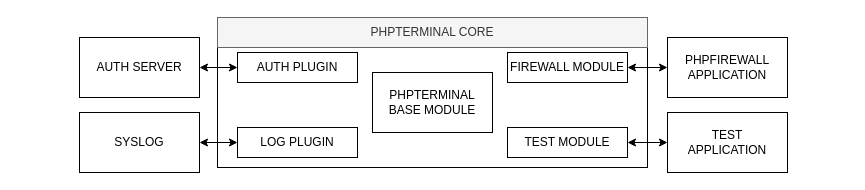
Earlier version of the draw.io diagram docs/drawings/phpterminal.drawio (PHPTerminal/PHPTerminal). Source tidied: cells renumbered, new cells numbered last; positions are measured from the earlier drawing's top-left corner, leaving out a move shared by most shapes. Both pictures are drawn from the tidied source at 100%, with x=0, y=0 at pixel (79, 17).
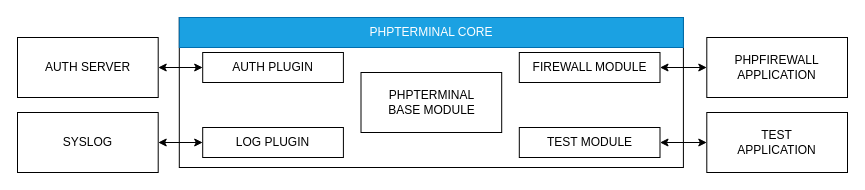
Above is the later version.

The edit, as a diff of the source:
```diff
@@
 <mxGraphModel>
   <root>
     <mxCell id="0" />
     <mxCell id="1" parent="0" />
+    <mxCell id="17" style="group;" parent="1" vertex="1">
+      <mxGeometry x="-62" width="830" height="155" as="geometry" />
+    </mxCell>
-    <mxCell id="2" style="rounded=0;whiteSpace=wrap;html=1;" parent="1" vertex="1">
-      <mxGeometry x="138" width="430" height="150" as="geometry" />
+    <mxCell id="2" style="rounded=0;whiteSpace=wrap;html=1;" parent="17" vertex="1">
+      <mxGeometry x="161.8" width="504.1" height="150" as="geometry" />
     </mxCell>
-    <mxCell id="3" value="PHPTERMINAL&lt;div&gt;BASE MODULE&lt;/div&gt;" style="rounded=0;whiteSpace=wrap;html=1;" parent="1" vertex="1">
-      <mxGeometry x="293" y="55" width="120" height="60" as="geometry" />
+    <mxCell id="3" value="PHPTERMINAL&lt;div&gt;BASE MODULE&lt;/div&gt;" style="rounded=0;whiteSpace=wrap;html=1;" parent="17" vertex="1">
+      <mxGeometry x="343.5" y="55" width="140.7" height="60" as="geometry" />
     </mxCell>
-    <mxCell id="4" style="edgeStyle=orthogonalEdgeStyle;rounded=0;jettySize=auto;html=1;startArrow=classic;startFill=1;" parent="1" edge="1" source="5" target="9">
+    <mxCell id="4" style="edgeStyle=orthogonalEdgeStyle;rounded=0;jettySize=auto;html=1;startArrow=classic;startFill=1;" parent="17" edge="1" source="5" target="9">
       <mxGeometry relative="1" as="geometry" />
     </mxCell>
-    <mxCell id="5" value="AUTH SERVER" style="rounded=0;whiteSpace=wrap;html=1;" parent="1" vertex="1">
-      <mxGeometry y="20" width="120" height="60" as="geometry" />
+    <mxCell id="5" value="AUTH SERVER" style="rounded=0;whiteSpace=wrap;html=1;" parent="17" vertex="1">
+      <mxGeometry y="20" width="140.7" height="60" as="geometry" />
     </mxCell>
-    <mxCell id="6" style="edgeStyle=orthogonalEdgeStyle;rounded=0;jettySize=auto;html=1;startArrow=classic;startFill=1;" parent="1" edge="1" source="7" target="10">
+    <mxCell id="6" style="edgeStyle=orthogonalEdgeStyle;rounded=0;jettySize=auto;html=1;startArrow=classic;startFill=1;" parent="17" edge="1" source="7" target="10">
       <mxGeometry relative="1" as="geometry" />
     </mxCell>
-    <mxCell id="7" value="PHPFIREWALL&lt;div&gt;APPLICATION&lt;/div&gt;" style="rounded=0;whiteSpace=wrap;html=1;" parent="1" vertex="1">
-      <mxGeometry x="588" y="20" width="120" height="60" as="geometry" />
+    <mxCell id="7" value="PHPFIREWALL&lt;div&gt;APPLICATION&lt;/div&gt;" style="rounded=0;whiteSpace=wrap;html=1;" parent="17" vertex="1">
+      <mxGeometry x="689.3" y="20" width="140.7" height="60" as="geometry" />
     </mxCell>
-    <mxCell id="8" value="PHPTERMINAL CORE" style="text;html=1;align=center;verticalAlign=middle;whiteSpace=wrap;rounded=0;fillColor=#f5f5f5;strokeColor=#666666;fontColor=#333333;" parent="1" vertex="1">
-      <mxGeometry x="138" width="430" height="30" as="geometry" />
+    <mxCell id="8" value="PHPTERMINAL CORE" style="text;html=1;align=center;verticalAlign=middle;whiteSpace=wrap;rounded=0;fillColor=#1ba1e2;strokeColor=#006EAF;fontColor=#ffffff;" parent="17" vertex="1">
+      <mxGeometry x="161.8" width="504.1" height="30" as="geometry" />
     </mxCell>
-    <mxCell id="9" value="AUTH PLUGIN" style="rounded=0;whiteSpace=wrap;html=1;" parent="1" vertex="1">
-      <mxGeometry x="158" y="35" width="120" height="30" as="geometry" />
+    <mxCell id="9" value="AUTH PLUGIN" style="rounded=0;whiteSpace=wrap;html=1;" parent="17" vertex="1">
+      <mxGeometry x="185.2" y="35" width="140.7" height="30" as="geometry" />
     </mxCell>
-    <mxCell id="10" value="FIREWALL MODULE" style="rounded=0;whiteSpace=wrap;html=1;" parent="1" vertex="1">
-      <mxGeometry x="428" y="35" width="120" height="30" as="geometry" />
+    <mxCell id="10" value="FIREWALL MODULE" style="rounded=0;whiteSpace=wrap;html=1;" parent="17" vertex="1">
+      <mxGeometry x="501.8" y="35" width="140.7" height="30" as="geometry" />
     </mxCell>
-    <mxCell id="11" style="edgeStyle=orthogonalEdgeStyle;rounded=0;jettySize=auto;html=1;startArrow=classic;startFill=1;" parent="1" edge="1" source="12" target="13">
+    <mxCell id="11" style="edgeStyle=orthogonalEdgeStyle;rounded=0;jettySize=auto;html=1;startArrow=classic;startFill=1;" parent="17" edge="1" source="12" target="13">
       <mxGeometry relative="1" as="geometry" />
     </mxCell>
-    <mxCell id="12" value="SYSLOG" style="rounded=0;whiteSpace=wrap;html=1;" parent="1" vertex="1">
-      <mxGeometry y="95" width="120" height="60" as="geometry" />
+    <mxCell id="12" value="SYSLOG" style="rounded=0;whiteSpace=wrap;html=1;" parent="17" vertex="1">
+      <mxGeometry y="95" width="140.7" height="60" as="geometry" />
     </mxCell>
-    <mxCell id="13" value="LOG PLUGIN" style="rounded=0;whiteSpace=wrap;html=1;" parent="1" vertex="1">
-      <mxGeometry x="158" y="110" width="120" height="30" as="geometry" />
+    <mxCell id="13" value="LOG PLUGIN" style="rounded=0;whiteSpace=wrap;html=1;" parent="17" vertex="1">
+      <mxGeometry x="185.2" y="110" width="140.7" height="30" as="geometry" />
     </mxCell>
-    <mxCell id="14" style="edgeStyle=orthogonalEdgeStyle;rounded=0;jettySize=auto;html=1;startArrow=classic;startFill=1;" parent="1" edge="1" source="15" target="16">
+    <mxCell id="14" style="edgeStyle=orthogonalEdgeStyle;rounded=0;jettySize=auto;html=1;startArrow=classic;startFill=1;" parent="17" edge="1" source="15" target="16">
       <mxGeometry relative="1" as="geometry" />
     </mxCell>
-    <mxCell id="15" value="TEST&lt;div&gt;APPLICATION&lt;/div&gt;" style="rounded=0;whiteSpace=wrap;html=1;" parent="1" vertex="1">
-      <mxGeometry x="588" y="95" width="120" height="60" as="geometry" />
+    <mxCell id="15" value="TEST&lt;div&gt;APPLICATION&lt;/div&gt;" style="rounded=0;whiteSpace=wrap;html=1;" parent="17" vertex="1">
+      <mxGeometry x="689.3" y="95" width="140.7" height="60" as="geometry" />
     </mxCell>
-    <mxCell id="16" value="TEST MODULE" style="rounded=0;whiteSpace=wrap;html=1;" parent="1" vertex="1">
-      <mxGeometry x="428" y="110" width="120" height="30" as="geometry" />
+    <mxCell id="16" value="TEST MODULE" style="rounded=0;whiteSpace=wrap;html=1;" parent="17" vertex="1">
+      <mxGeometry x="501.8" y="110" width="140.7" height="30" as="geometry" />
     </mxCell>
   </root>
 </mxGraphModel>
```
